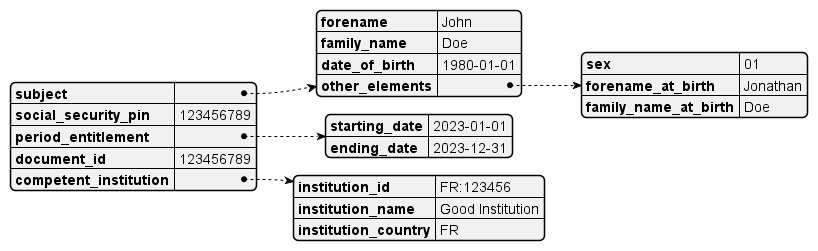
This is standards/img/EHIC_example.png from dc4eu/vc, a PlantUML export, as it was before one commit. Its diagram source:
```plantuml
@startjson

{
  "subject": {
    "forename": "John",
    "family_name": "Doe",
    "date_of_birth": "1980-01-01",
    "other_elements": {
      "sex": "01",
      "forename_at_birth": "Jonathan",
      "family_name_at_birth": "Doe"
    }
  },
  "social_security_pin": "123456789",
  "period_entitlement": {
    "starting_date": "2023-01-01",
    "ending_date": "2023-12-31"
  },
  "document_id": "123456789",
  "competent_institution": {
    "institution_id": "FR:123456",
    "institution_name": "Good Institution",
    "institution_country": "FR"
  }
}

@endjson
```
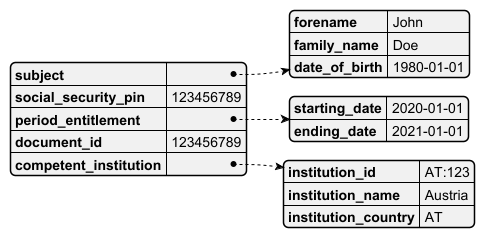
After the change.

Commit message:
added puml diagram source code and updated the diagrams

Diff of the diagram source:
```diff
@@ -1,27 +1,21 @@
-@startjson
-
+@startjson ehic upload
+#
 {
-  "subject": {
-    "forename": "John",
-    "family_name": "Doe",
-    "date_of_birth": "1980-01-01",
-    "other_elements": {
-      "sex": "01",
-      "forename_at_birth": "Jonathan",
-      "family_name_at_birth": "Doe"
+    "subject": {
+        "forename": "John",
+        "family_name": "Doe",
+        "date_of_birth": "1980-01-01"
+    },
+    "social_security_pin": "123456789",
+    "period_entitlement": {
+        "starting_date": "2020-01-01",
+        "ending_date": "2021-01-01"
+    },
+    "document_id": "123456789",
+    "competent_institution": {
+        "institution_id": "AT:123",
+        "institution_name": "Austria",
+        "institution_country": "AT"
     }
-  },
-  "social_security_pin": "123456789",
-  "period_entitlement": {
-    "starting_date": "2023-01-01",
-    "ending_date": "2023-12-31"
-  },
-  "document_id": "123456789",
-  "competent_institution": {
-    "institution_id": "FR:123456",
-    "institution_name": "Good Institution",
-    "institution_country": "FR"
-  }
 }
-
 @endjson
```
